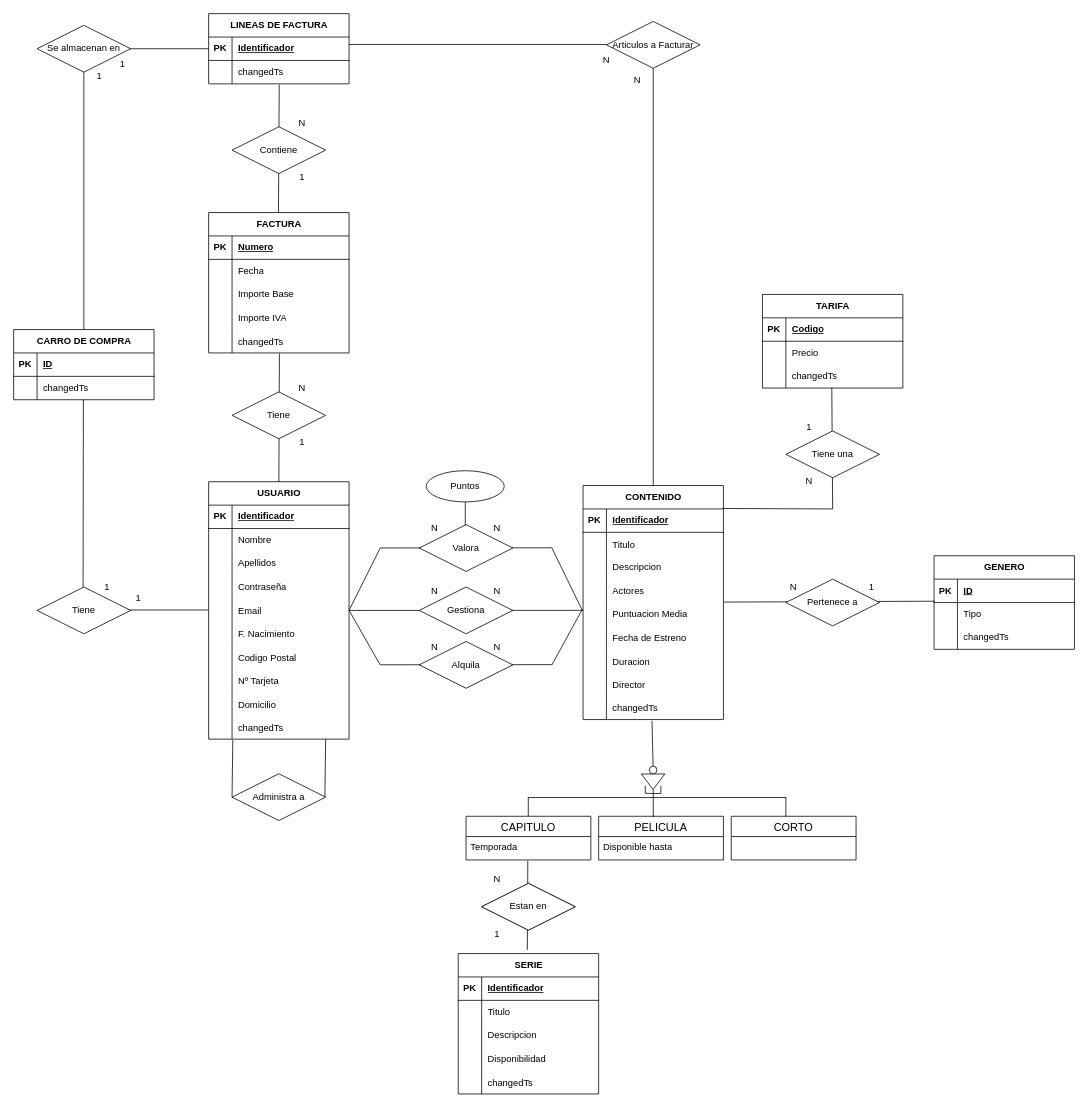
The draw.io diagram TablaRelacion_BBDD.drawio in Sciverag/PI1-DAW-DAM-Documentacion, before the edit. Source tidied: cells renumbered, new cells numbered last; positions are measured from the earlier drawing's top-left corner, leaving out a move shared by most shapes. Both pictures are drawn from the tidied source at 78%, with x=0, y=0 at pixel (13, 13).
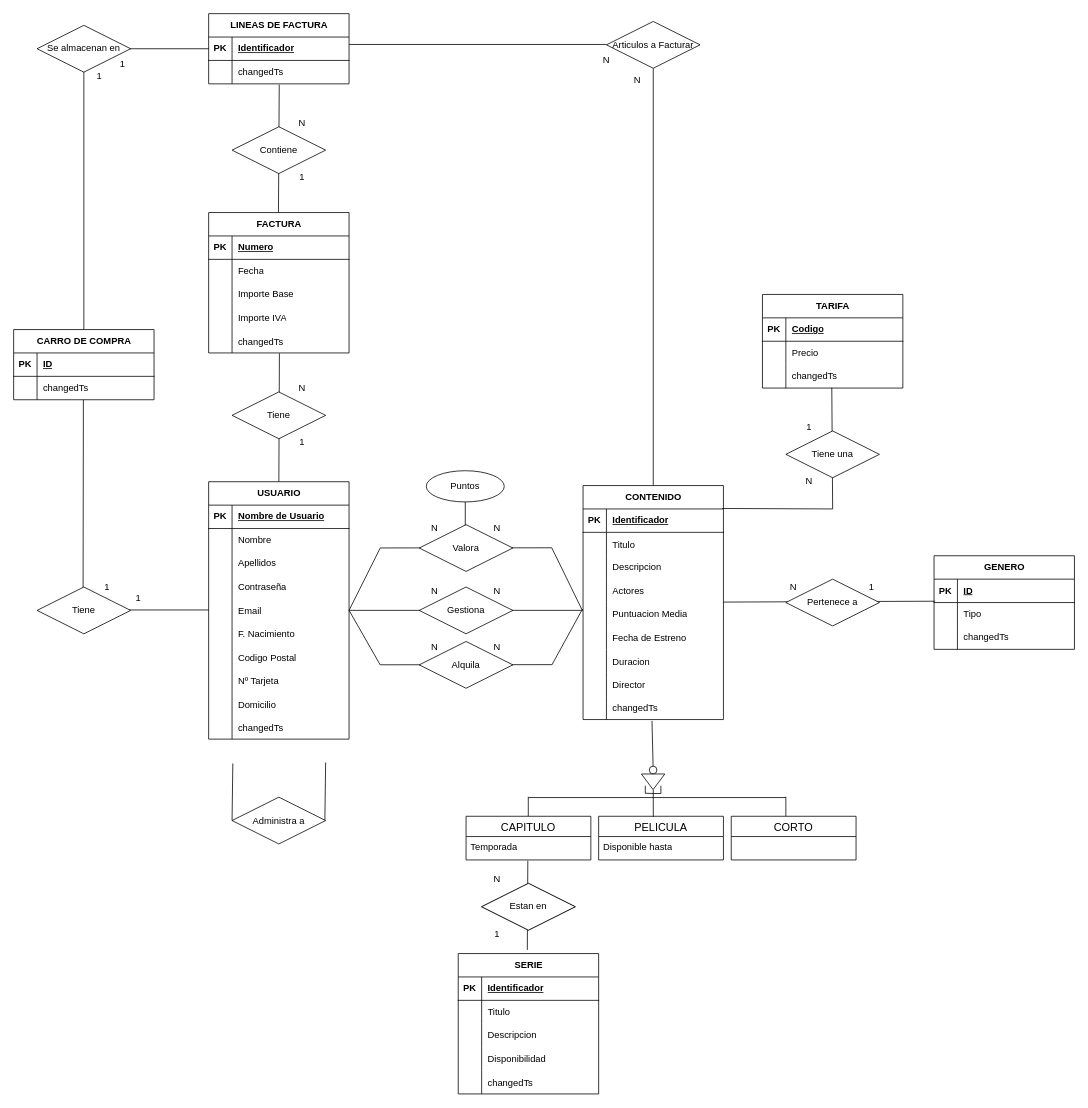
The same page after the edit.

The change refers to these unchanged cells:
```xml
<mxCell id="72" value="USUARIO" style="shape=table;startSize=30;childLayout=tableLayout;rowLines=0;fontStyle=1;align=center;html=1;" parent="1" vertex="1">
  <mxGeometry x="250" y="600.1" width="180" height="330" as="geometry" />
</mxCell>
<mxCell id="73" style="shape=tableRow;horizontal=0;startSize=0;swimlaneHead=0;swimlaneBody=0;fillColor=none;top=0;left=0;right=0;bottom=1;" parent="72" vertex="1">
  <mxGeometry y="30" width="180" height="30" as="geometry" />
</mxCell>
<mxCell id="100" style="shape=tableRow;horizontal=0;startSize=0;swimlaneHead=0;swimlaneBody=0;fillColor=none;points=[[0,0.5],[1,0.5]];portConstraint=eastwest;top=0;left=0;right=0;bottom=0;" parent="72" vertex="1">
  <mxGeometry y="300" width="180" height="30" as="geometry" />
</mxCell>
```

What changed in the source:
```diff
@@
-    <mxCell id="75" value="Identificador" style="shape=partialRectangle;fillColor=none;top=0;left=0;bottom=0;right=0;align=left;spacingLeft=6;fontStyle=5;overflow=hidden;whiteSpace=wrap;html=1;" parent="73" vertex="1">
+    <mxCell id="75" value="Nombre de Usuario" style="shape=partialRectangle;fillColor=none;top=0;left=0;bottom=0;right=0;align=left;spacingLeft=6;fontStyle=5;overflow=hidden;whiteSpace=wrap;html=1;" parent="73" vertex="1">
       <mxGeometry x="30" width="150" height="30" as="geometry" />
     </mxCell>
@@
-    <mxCell id="150" style="endArrow=none;html=1;rounded=0;exitX=1;exitY=0.5;exitDx=0;exitDy=0;" parent="1" edge="1" source="72">
+    <mxCell id="150" style="endArrow=none;html=1;rounded=0;" parent="1" edge="1">
       <mxGeometry relative="1" as="geometry">
+        <mxPoint x="430" y="765" as="sourcePoint" />
         <mxPoint x="730" y="765" as="targetPoint" />
       </mxGeometry>
     </mxCell>
@@
     <mxCell id="195" value="Administra a" style="shape=rhombus;perimeter=rhombusPerimeter;whiteSpace=wrap;html=1;align=center;" parent="1" vertex="1">
-      <mxGeometry x="280" y="974.5" width="120" height="60" as="geometry" />
+      <mxGeometry x="280" y="1004.5" width="120" height="60" as="geometry" />
     </mxCell>
-    <mxCell id="196" style="endArrow=none;html=1;rounded=0;entryX=0.172;entryY=1.039;entryDx=0;entryDy=0;entryPerimeter=0;exitX=0;exitY=0.5;exitDx=0;exitDy=0;" parent="1" edge="1" source="195" target="100">
-      <mxGeometry relative="1" as="geometry" />
+    <mxCell id="196" style="endArrow=none;html=1;rounded=0;entryX=0.172;entryY=1.039;entryDx=0;entryDy=0;entryPerimeter=0;exitX=0;exitY=0.5;exitDx=0;exitDy=0;" parent="1" edge="1" source="195">
+      <mxGeometry relative="1" as="geometry">
+        <mxPoint x="281" y="961.3" as="targetPoint" />
+      </mxGeometry>
     </mxCell>
     <mxCell id="197" style="endArrow=none;html=1;rounded=0;entryX=0.172;entryY=1.039;entryDx=0;entryDy=0;entryPerimeter=0;exitX=0;exitY=0.5;exitDx=0;exitDy=0;" parent="1" edge="1">
       <mxGeometry relative="1" as="geometry">
-        <mxPoint x="399" y="1004.1" as="sourcePoint" />
-        <mxPoint x="400" y="930.1" as="targetPoint" />
+        <mxPoint x="399" y="1034.1" as="sourcePoint" />
+        <mxPoint x="400" y="960.1" as="targetPoint" />
       </mxGeometry>
     </mxCell>
```
